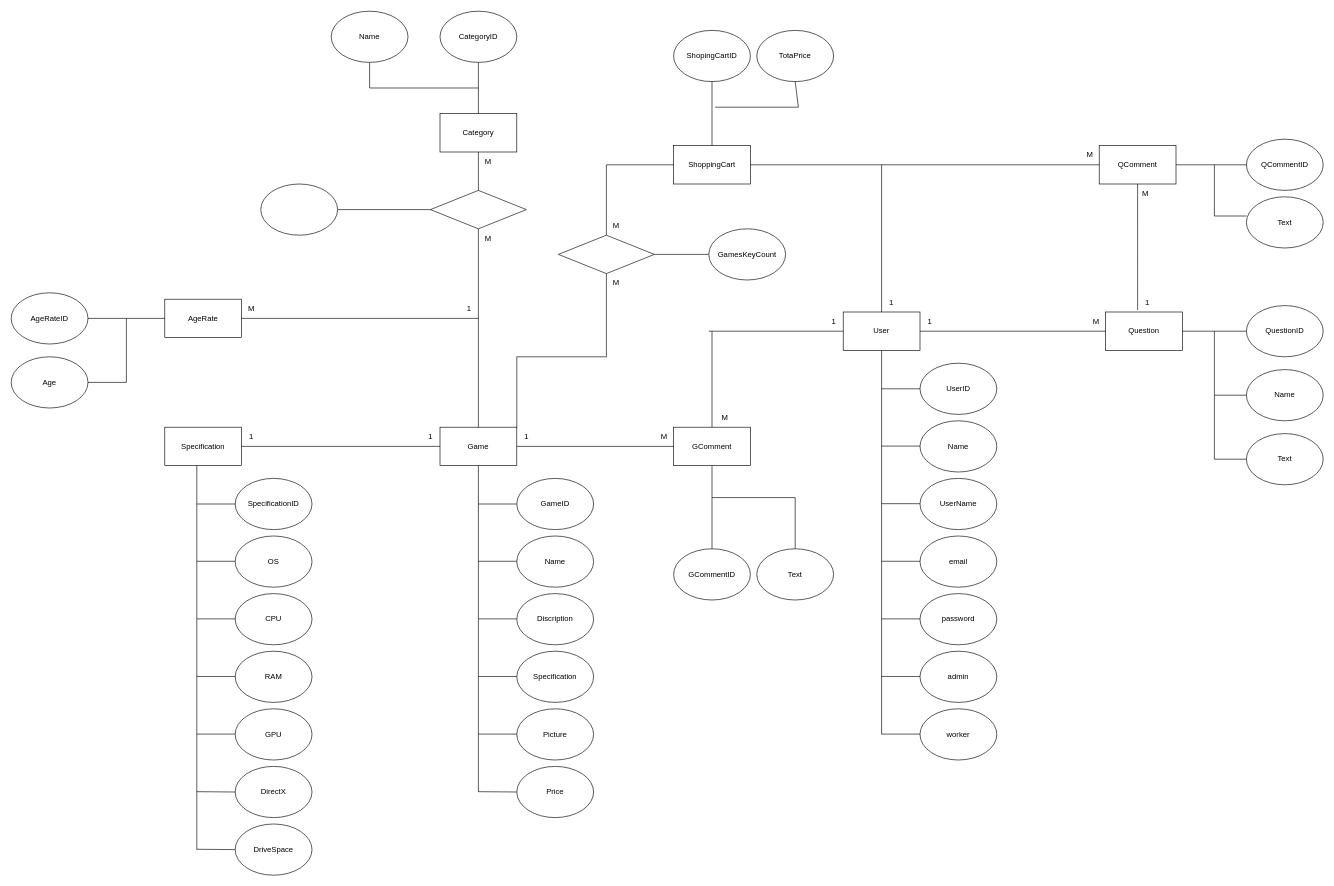
Earlier version of the draw.io diagram ER diagram.drawio (MaksimsVisockis01/DB). Source tidied: cells renumbered, new cells numbered last; positions are measured from the earlier drawing's top-left corner, leaving out a move shared by most shapes. Both pictures are drawn from the tidied source at 64%, with x=0, y=0 at pixel (11, 11).
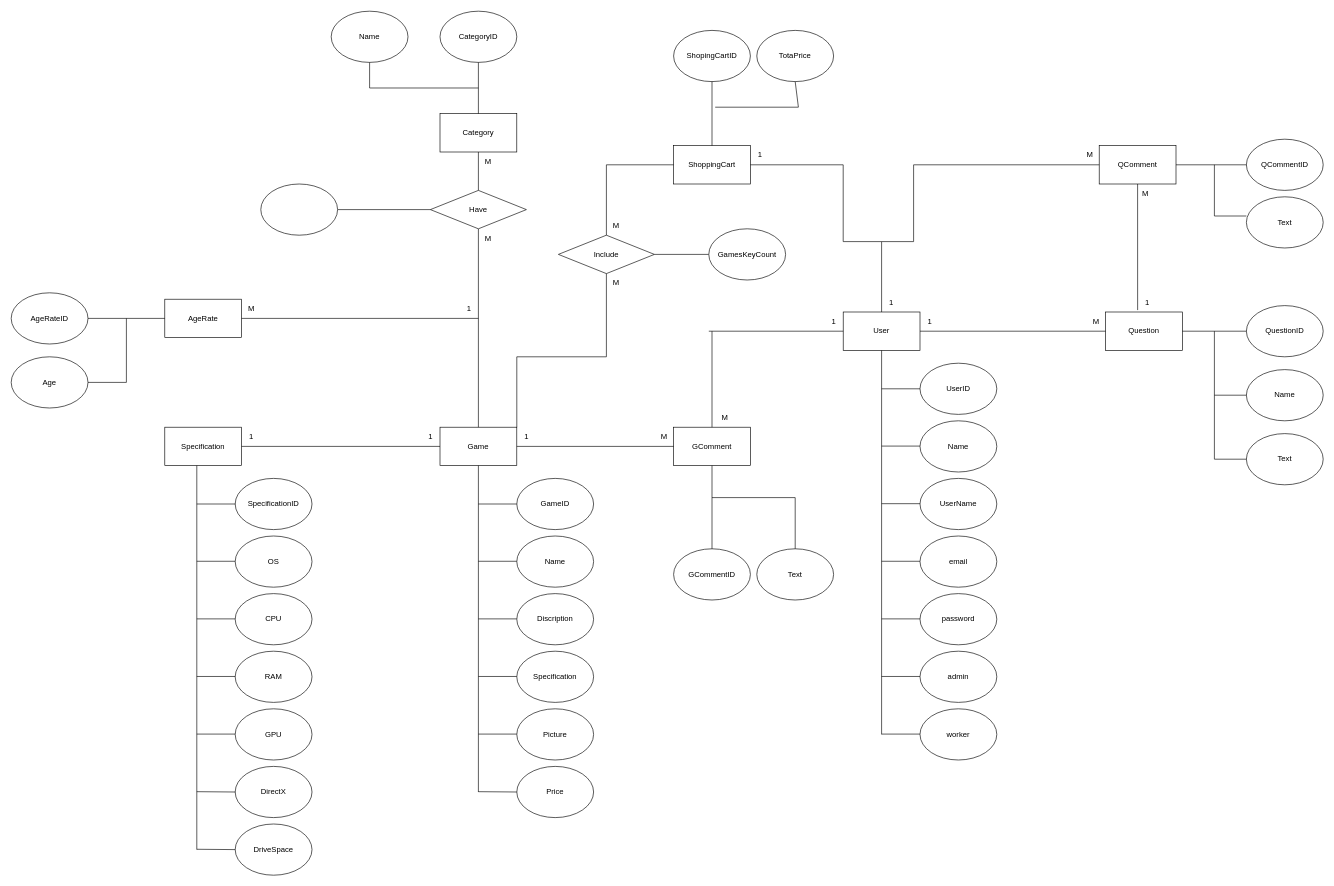
After the change.

The change refers to these unchanged cells:
```xml
<mxCell id="2" value="QComment" style="rounded=0;whiteSpace=wrap;html=1;" parent="1" vertex="1">
  <mxGeometry x="1700" y="210" width="120" height="60" as="geometry" />
</mxCell>
<mxCell id="5" value="ShoppingCart" style="rounded=0;whiteSpace=wrap;html=1;" parent="1" vertex="1">
  <mxGeometry x="1035" y="210" width="120" height="60" as="geometry" />
</mxCell>
<mxCell id="6" value="User" style="rounded=0;whiteSpace=wrap;html=1;" parent="1" vertex="1">
  <mxGeometry x="1300" y="470" width="120" height="60" as="geometry" />
</mxCell>
```

The edit, as a diff of the source:
```diff
@@
     <mxCell id="21" style="endArrow=none;html=1;rounded=0;exitX=0.5;exitY=0;exitDx=0;exitDy=0;" parent="1" edge="1" source="6">
       <mxGeometry relative="1" as="geometry">
-        <mxPoint x="1360" y="240" as="targetPoint" />
+        <mxPoint x="1300" y="360" as="targetPoint" />
+        <Array as="points">
+          <mxPoint x="1360" y="360" />
+        </Array>
       </mxGeometry>
     </mxCell>
     <mxCell id="22" style="endArrow=none;html=1;rounded=0;entryX=0;entryY=0.5;entryDx=0;entryDy=0;" parent="1" edge="1" target="2">
       <mxGeometry relative="1" as="geometry">
-        <mxPoint x="1360" y="240" as="sourcePoint" />
+        <mxPoint x="1410" y="360" as="sourcePoint" />
+        <Array as="points">
+          <mxPoint x="1410" y="240" />
+        </Array>
       </mxGeometry>
     </mxCell>
@@
-    <mxCell id="86" style="rhombus;whiteSpace=wrap;html=1;" parent="1" vertex="1">
+    <mxCell id="86" value="Have" style="rhombus;whiteSpace=wrap;html=1;" parent="1" vertex="1">
       <mxGeometry x="655" y="280" width="150" height="60" as="geometry" />
     </mxCell>
@@
-    <mxCell id="99" value="1" style="text;html=1;align=center;verticalAlign=middle;strokeColor=none;fillColor=none;" parent="1" vertex="1">
-      <mxGeometry x="1360" y="440" width="30" height="30" as="geometry" />
-    </mxCell>
@@
-    <mxCell id="111" style="rhombus;whiteSpace=wrap;html=1;" parent="1" vertex="1">
+    <mxCell id="111" value="Include" style="rhombus;whiteSpace=wrap;html=1;" parent="1" vertex="1">
       <mxGeometry x="855" y="350" width="150" height="60" as="geometry" />
     </mxCell>
@@
     <mxCell id="114" style="endArrow=none;html=1;rounded=0;exitX=1;exitY=0.5;exitDx=0;exitDy=0;" parent="1" edge="1" source="5">
       <mxGeometry relative="1" as="geometry">
-        <mxPoint x="1360" y="240" as="targetPoint" />
+        <mxPoint x="1300" y="360" as="targetPoint" />
+        <Array as="points">
+          <mxPoint x="1300" y="240" />
+        </Array>
       </mxGeometry>
     </mxCell>
@@
+    <mxCell id="99" value="1" style="text;html=1;align=center;verticalAlign=middle;strokeColor=none;fillColor=none;" parent="1" vertex="1">
+      <mxGeometry x="1360" y="440" width="30" height="30" as="geometry" />
+    </mxCell>
+    <mxCell id="124" value="1" style="text;html=1;align=center;verticalAlign=middle;strokeColor=none;fillColor=none;" parent="1" vertex="1">
+      <mxGeometry x="1155" y="210" width="30" height="30" as="geometry" />
+    </mxCell>
+    <mxCell id="125" style="endArrow=none;html=1;rounded=0;" parent="1" edge="1">
+      <mxGeometry relative="1" as="geometry">
+        <mxPoint x="1360" y="360" as="sourcePoint" />
+        <mxPoint x="1410" y="360" as="targetPoint" />
+      </mxGeometry>
+    </mxCell>
```
